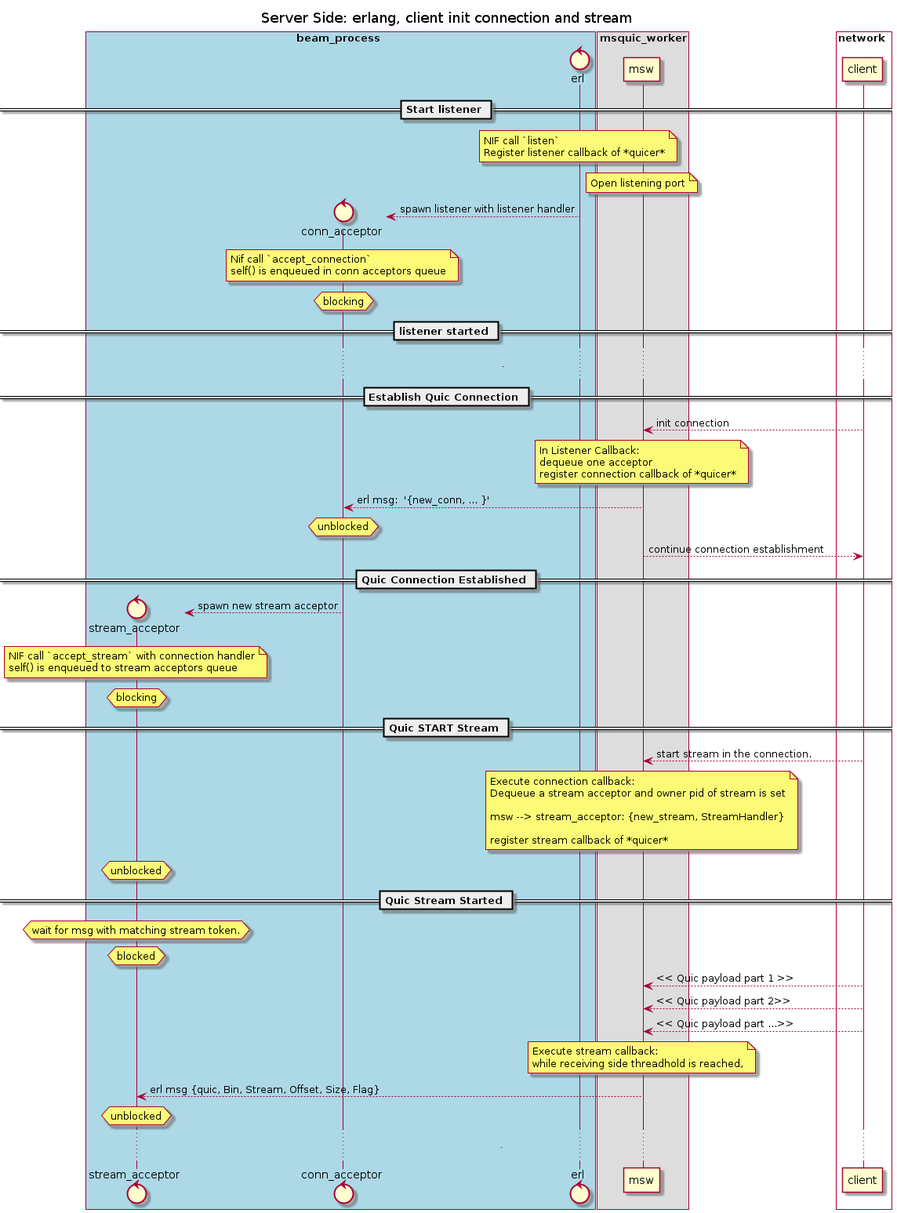
The PlantUML diagram docs/basic_flow_happy_path.png in emqx/quic, before a commit.
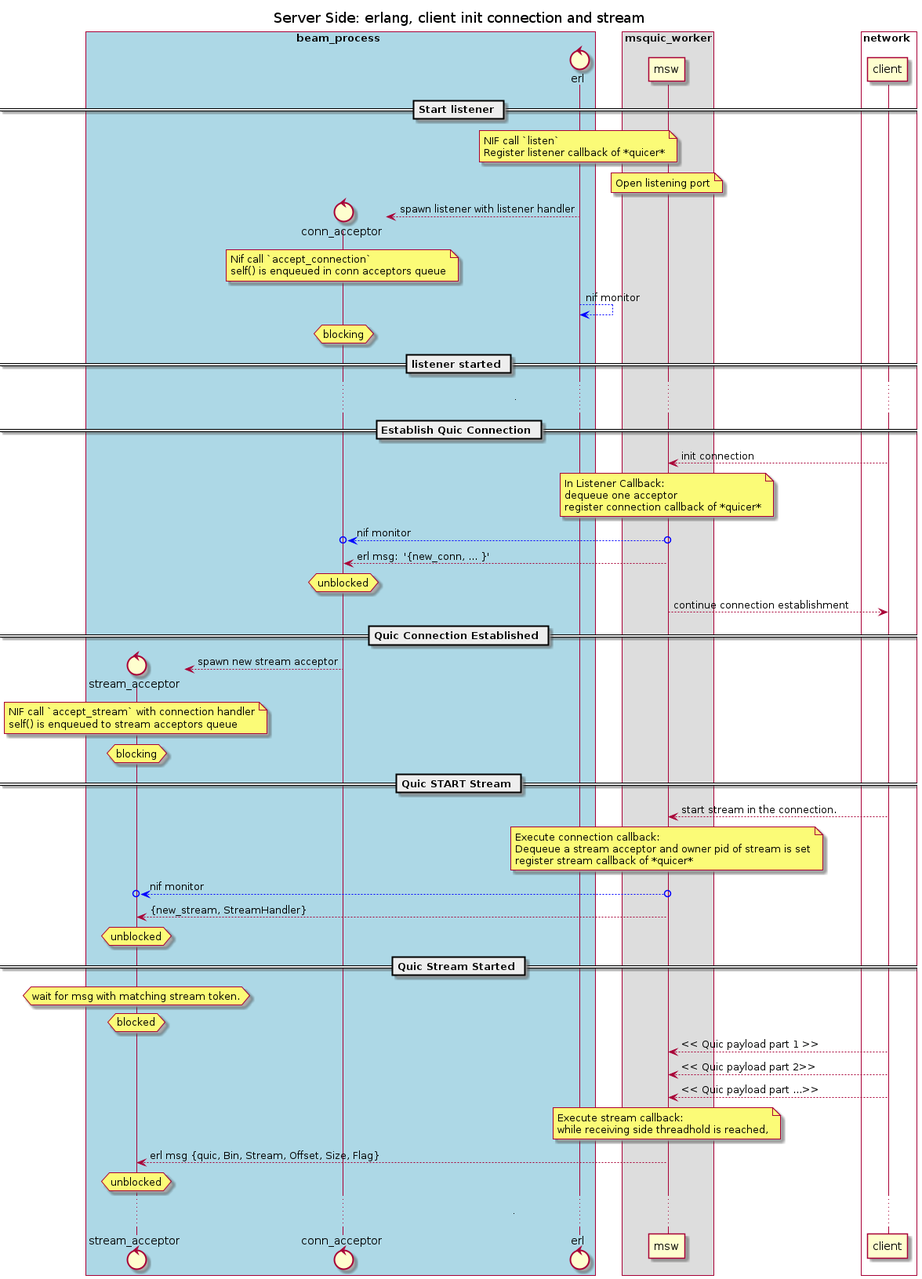
The same file after the commit.

Commit message:
doc: update interworking doc for nif monitors

We have three monitors:
- listener monitor
- connection monitor
- stream monitor

What changed in the source:
```diff
@@ -30,7 +30,11 @@
 Nif call `accept_connection`
 self() is enqueued in conn acceptors queue
 end note
+
+erl ---[#blue]--> erl : nif monitor
+
 hnote over conn_acceptor: blocking
+
 == listener started ==
 ...  ....
 == Establish Quic Connection ==
@@ -41,6 +45,8 @@
 dequeue one acceptor
 register connection callback of *quicer*
 end note
+
+msw o-[#blue]->o conn_acceptor: nif monitor
 
 msw --> conn_acceptor: erl msg:  '{new_conn, ... }'
 
@@ -65,11 +71,12 @@
 note over msw
 Execute connection callback:
 Dequeue a stream acceptor and owner pid of stream is set
+register stream callback of *quicer*
+end note
+
+msw o--[#blue]->o stream_acceptor: nif monitor
 
 msw --> stream_acceptor: {new_stream, StreamHandler}
-
-register stream callback of *quicer*
-end note
 
 hnote over stream_acceptor: unblocked
 
```
